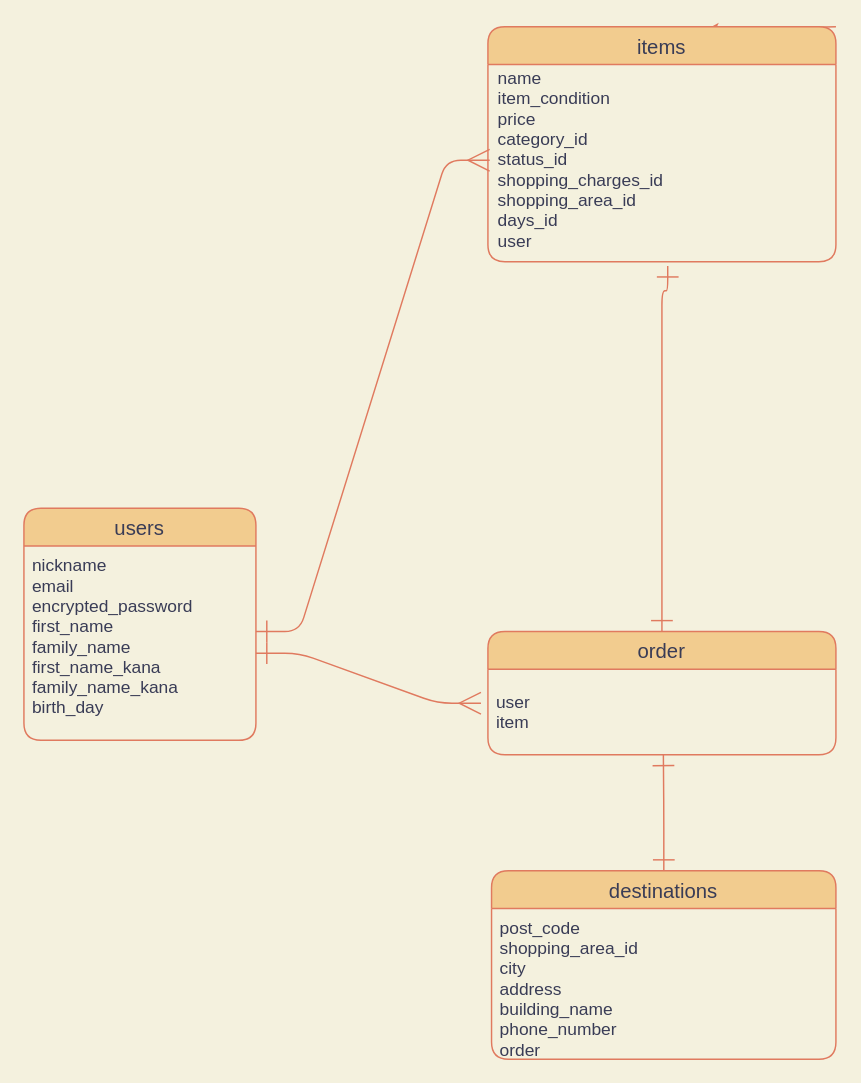
Before: test.dio in harukou81mmm/furima-36344, a draw.io diagram. Source tidied: cells renumbered, new cells numbered last; positions are measured from the earlier drawing's top-left corner, leaving out a move shared by most shapes. Both pictures are drawn from the tidied source at 145%, with x=0, y=0 at pixel (23, 26).
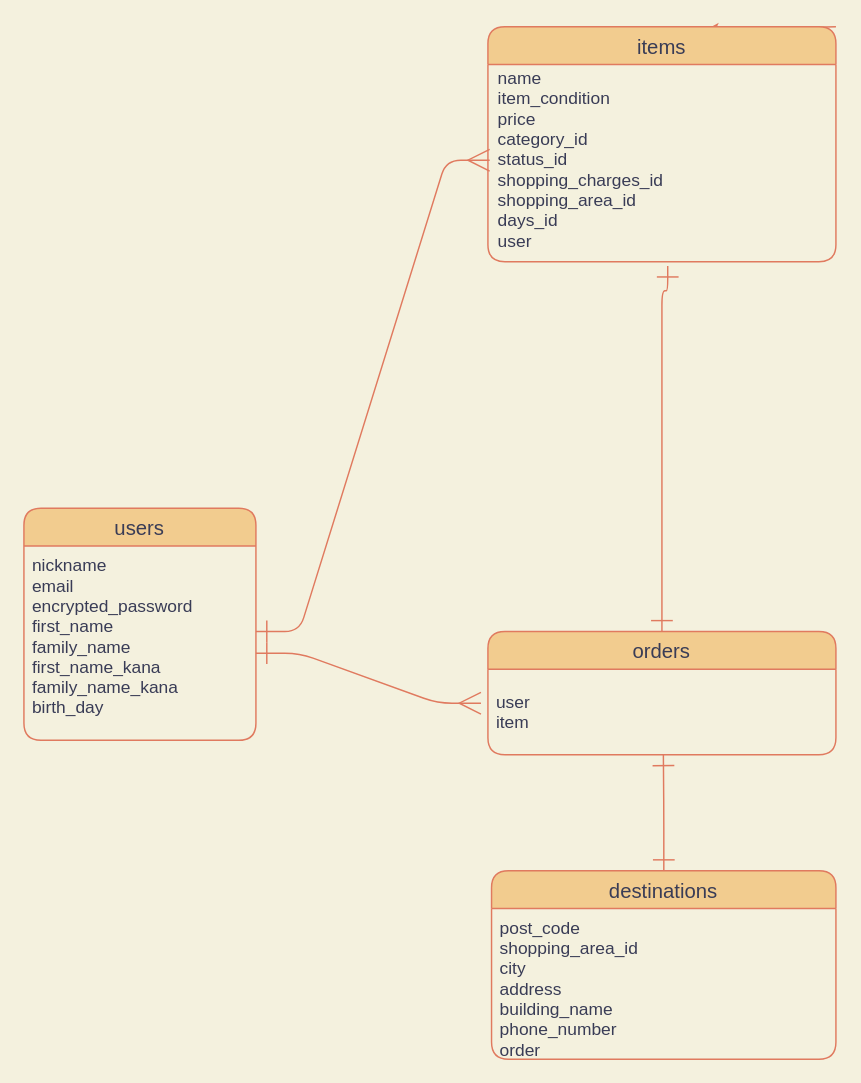
The same page after the edit.

Commit message:
ER図ordersテーブル複数形に修正

Change to the diagram source:
```diff
@@
-    <mxCell id="7" value="order" style="swimlane;fontStyle=0;horizontal=1;startSize=26;align=center;fontSize=14;rounded=1;fillColor=#F2CC8F;strokeColor=#E07A5F;fontColor=#393C56;" parent="1" vertex="1">
+    <mxCell id="7" value="orders" style="swimlane;fontStyle=0;horizontal=1;startSize=26;align=center;fontSize=14;rounded=1;fillColor=#F2CC8F;strokeColor=#E07A5F;fontColor=#393C56;" parent="1" vertex="1">
       <mxGeometry x="320" y="417" width="240" height="85" as="geometry" />
     </mxCell>
```
